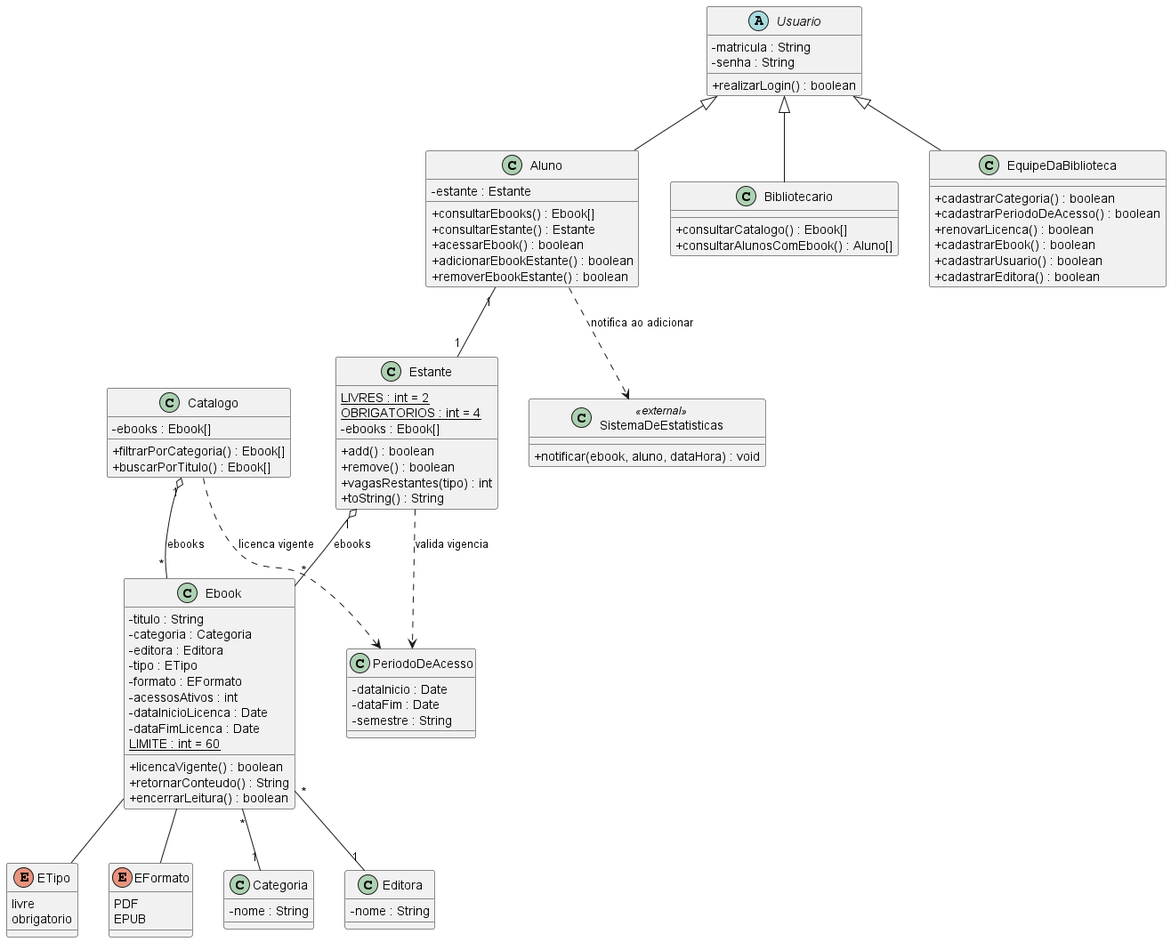
Aklages/lab01-ebooks-biblioteca keeps this PlantUML diagram as docs/diagramas/classes_ebooks.png. Above is the earlier version. Source of this version:
```plantuml
@startuml classes_ebooks

skinparam classAttributeIconSize 0
skinparam shadowing false

abstract class Usuario {
  - matricula : String
  - senha : String
  + realizarLogin() : boolean
}

class Aluno {
  - estante : Estante
  + consultarEbooks() : Ebook[]
  + consultarEstante() : Estante
  + acessarEbook() : boolean
  + adicionarEbookEstante() : boolean
  + removerEbookEstante() : boolean
}

class Bibliotecario {
  + consultarCatalogo() : Ebook[]
  + consultarAlunosComEbook() : Aluno[]
}

class EquipeDaBiblioteca {
  + cadastrarCategoria() : boolean
  + cadastrarPeriodoDeAcesso() : boolean
  + renovarLicenca() : boolean
  + cadastrarEbook() : boolean
  + cadastrarUsuario() : boolean
  + cadastrarEditora() : boolean
}

Usuario <|-- Aluno
Usuario <|-- Bibliotecario
Usuario <|-- EquipeDaBiblioteca

class Ebook {
  - titulo : String
  - categoria : Categoria
  - editora : Editora
  - tipo : ETipo
  - formato : EFormato
  - acessosAtivos : int
  - dataInicioLicenca : Date
  - dataFimLicenca : Date
  {static} LIMITE : int = 60
  + licencaVigente() : boolean
  + retornarConteudo() : String
  + encerrarLeitura() : boolean
}

enum ETipo {
  livre
  obrigatorio
}

enum EFormato {
  PDF
  EPUB
}

class Categoria {
  - nome : String
}

class Editora {
  - nome : String
}

Ebook "*" -- "1" Categoria
Ebook "*" -- "1" Editora
Ebook -- ETipo
Ebook -- EFormato

class PeriodoDeAcesso {
  - dataInicio : Date
  - dataFim : Date
  - semestre : String
}

class Estante {
  {static} LIVRES : int = 2
  {static} OBRIGATORIOS : int = 4
  - ebooks : Ebook[]
  + add() : boolean
  + remove() : boolean
  + vagasRestantes(tipo) : int
  + toString() : String
}

Aluno "1" -- "1" Estante
Estante "1" o-- "*" Ebook : ebooks
Estante ..> PeriodoDeAcesso : valida vigencia

class Catalogo {
  - ebooks : Ebook[]
  + filtrarPorCategoria() : Ebook[]
  + buscarPorTitulo() : Ebook[]
}

Catalogo "1" o-- "*" Ebook : ebooks
Catalogo ..> PeriodoDeAcesso : licenca vigente

class SistemaDeEstatisticas <<external>> {
  + notificar(ebook, aluno, dataHora) : void
}

Aluno ..> SistemaDeEstatisticas : notifica ao adicionar

@enduml
```
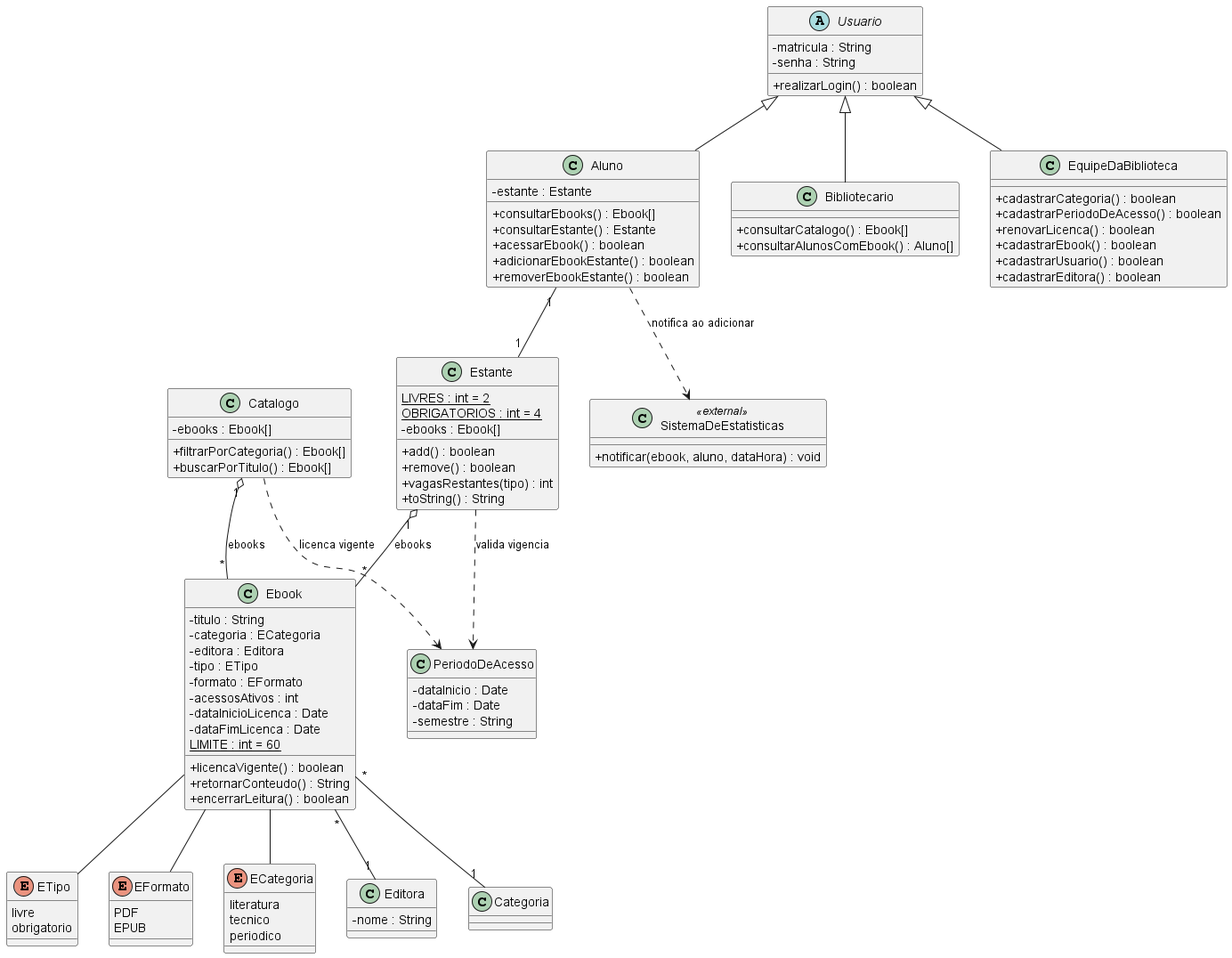
Above is the later version.

Commit message:
fix: atualizando documentação com novo enum de ECategoria

What changed in the source:
```diff
@@ -38,7 +38,7 @@
 
 class Ebook {
   - titulo : String
-  - categoria : Categoria
+  - categoria : ECategoria
   - editora : Editora
   - tipo : ETipo
   - formato : EFormato
@@ -61,8 +61,10 @@
   EPUB
 }
 
-class Categoria {
-  - nome : String
+enum ECategoria {
+  literatura
+  tecnico
+  periodico
 }
 
 class Editora {
@@ -73,6 +75,7 @@
 Ebook "*" -- "1" Editora
 Ebook -- ETipo
 Ebook -- EFormato
+Ebook -- ECategoria
 
 class PeriodoDeAcesso {
   - dataInicio : Date
```
